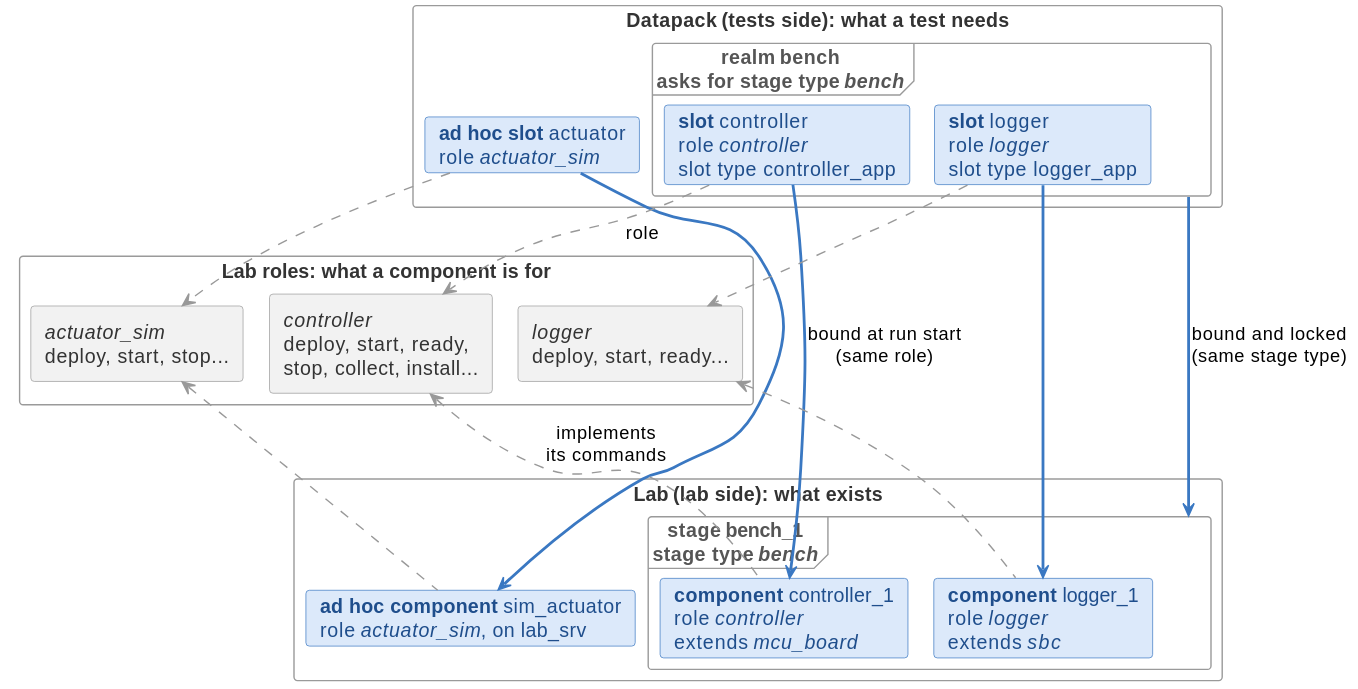
This is docs/diagrams/concepts.svg from laurentmldev/testsuit, a PlantUML export, as it was before one commit.
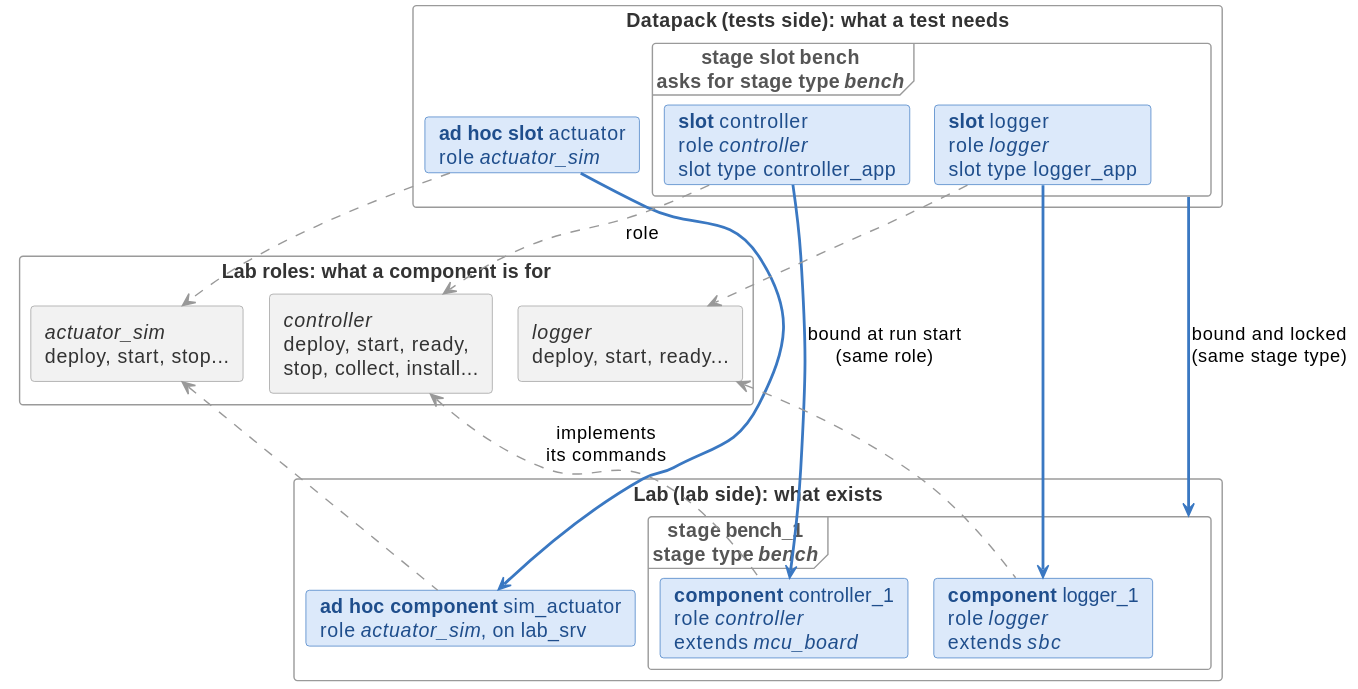
The same diagram one commit later.

Diff of the diagram source:
```diff
@@ -18,7 +18,7 @@
 }
 
 rectangle "**Datapack** (tests side): what a test needs" as dp #FFFFFF {
-  frame "**realm** bench\nasks for stage type //bench//" as realm {
+  frame "**stage slot** bench\nasks for stage type //bench//" as stage_slot {
     card "**slot** controller\nrole //controller//\nslot type controller_app" as s_pilot
     card "**slot** logger\nrole //logger//\nslot type logger_app" as s_tm
   }
@@ -42,7 +42,7 @@
 s_pilot -[#3A78C2,bold]-> c_pilot : bound at run start\n(same role)
 s_tm -[#3A78C2,bold]-> c_tm
 s_prop -[#3A78C2,bold]-> c_prop
-realm .[#3A78C2,bold].> stage : bound and locked\n(same stage type)
+stage_slot .[#3A78C2,bold].> stage : bound and locked\n(same stage type)
 
 s_pilot -[#999999,dashed]-> r_pilot : role
 r_pilot <-[#999999,dashed]- c_pilot : implements\nits commands
```
